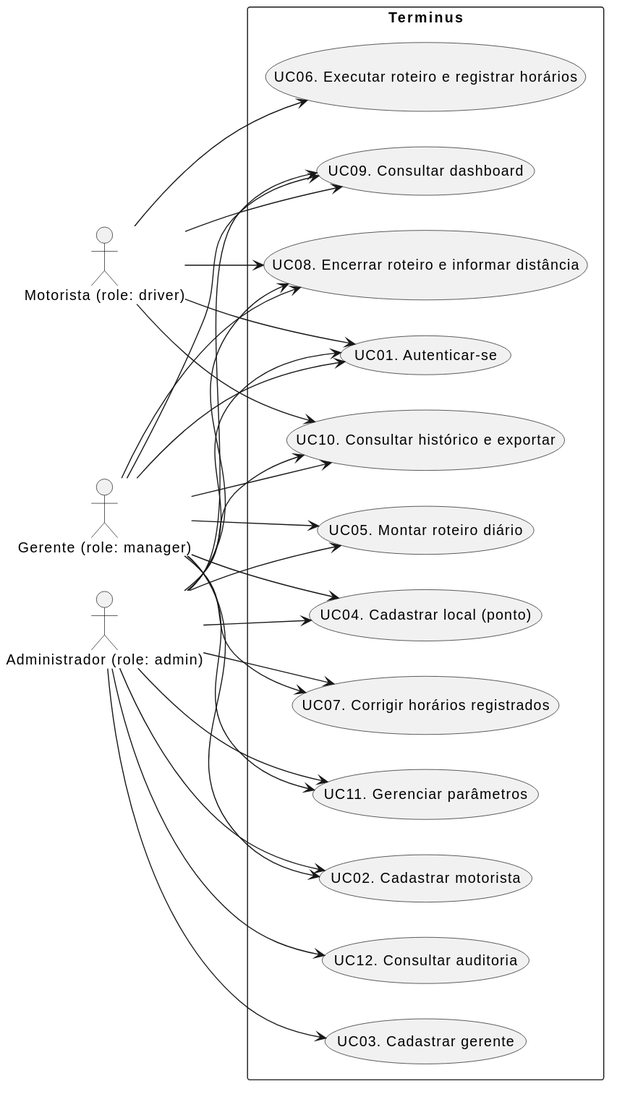
Earlier version of the PlantUML export docs/especificacao/diagrams/casos-de-uso.svg (xendak/terminus).
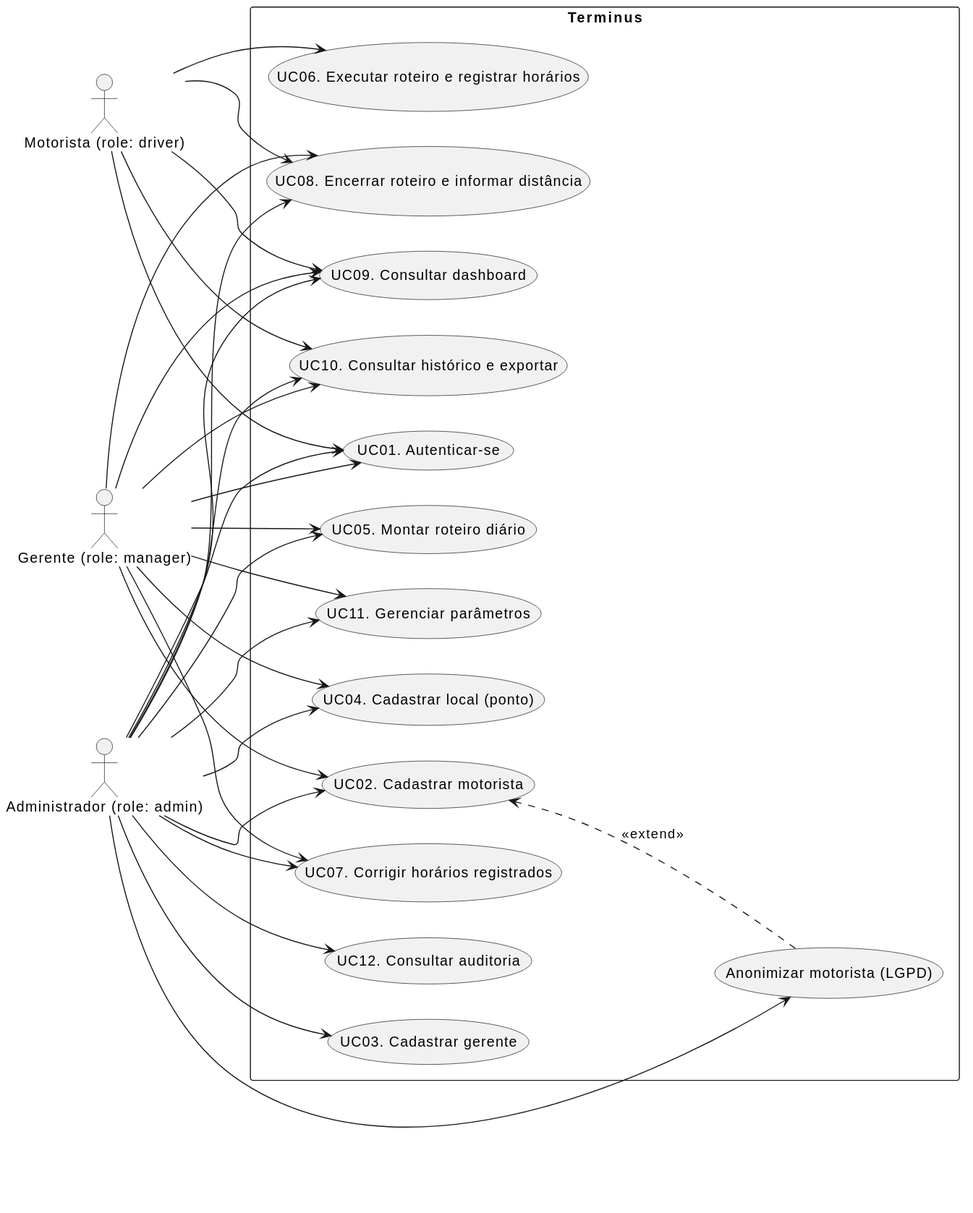
After the change.

Commit message:
docs: especificacao traces equipe, pedidos and LGPD decisions

Diff of the diagram source:
```diff
@@ -10,6 +10,7 @@
 rectangle "Terminus" {
   usecase "UC01. Autenticar-se" as UC01
   usecase "UC02. Cadastrar motorista" as UC02
+  usecase "Anonimizar motorista (LGPD)" as UC02X
   usecase "UC03. Cadastrar gerente" as UC03
   usecase "UC04. Cadastrar local (ponto)" as UC04
   usecase "UC05. Montar roteiro diário" as UC05
@@ -49,4 +50,6 @@
 Admin --> UC10
 Admin --> UC11
 Admin --> UC12
+Admin --> UC02X
+UC02 <.. UC02X : <<extend>>
 @enduml
```
